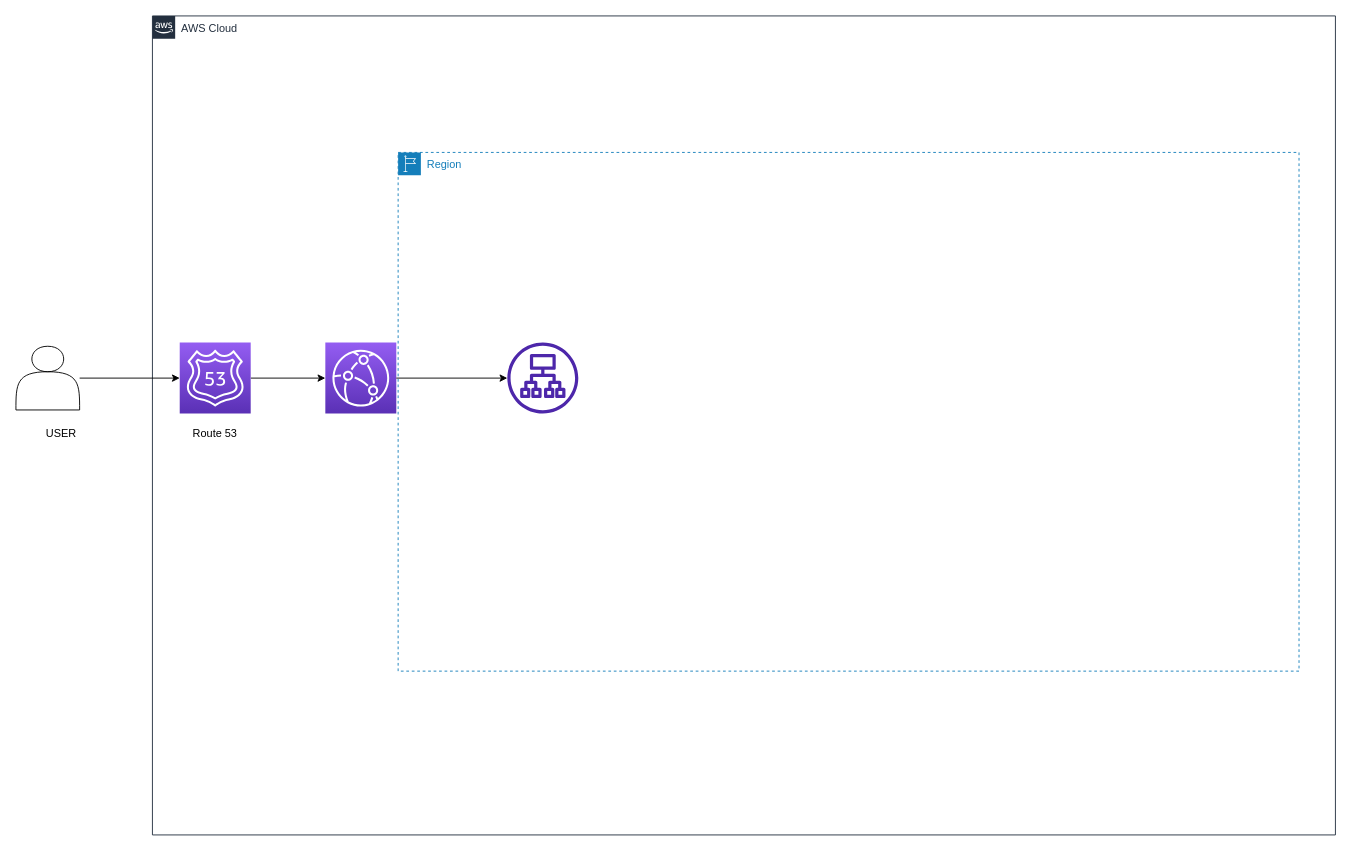
jeon-maker/STUDY_RECORD keeps this draw.io diagram as AWS/AWS_architecture.drawio. Above is the earlier version. Source tidied: cells renumbered, new cells numbered last; positions are measured from the earlier drawing's top-left corner, leaving out a move shared by most shapes. Both pictures are drawn from the tidied source at 91%, with x=0, y=0 at pixel (15, 15).
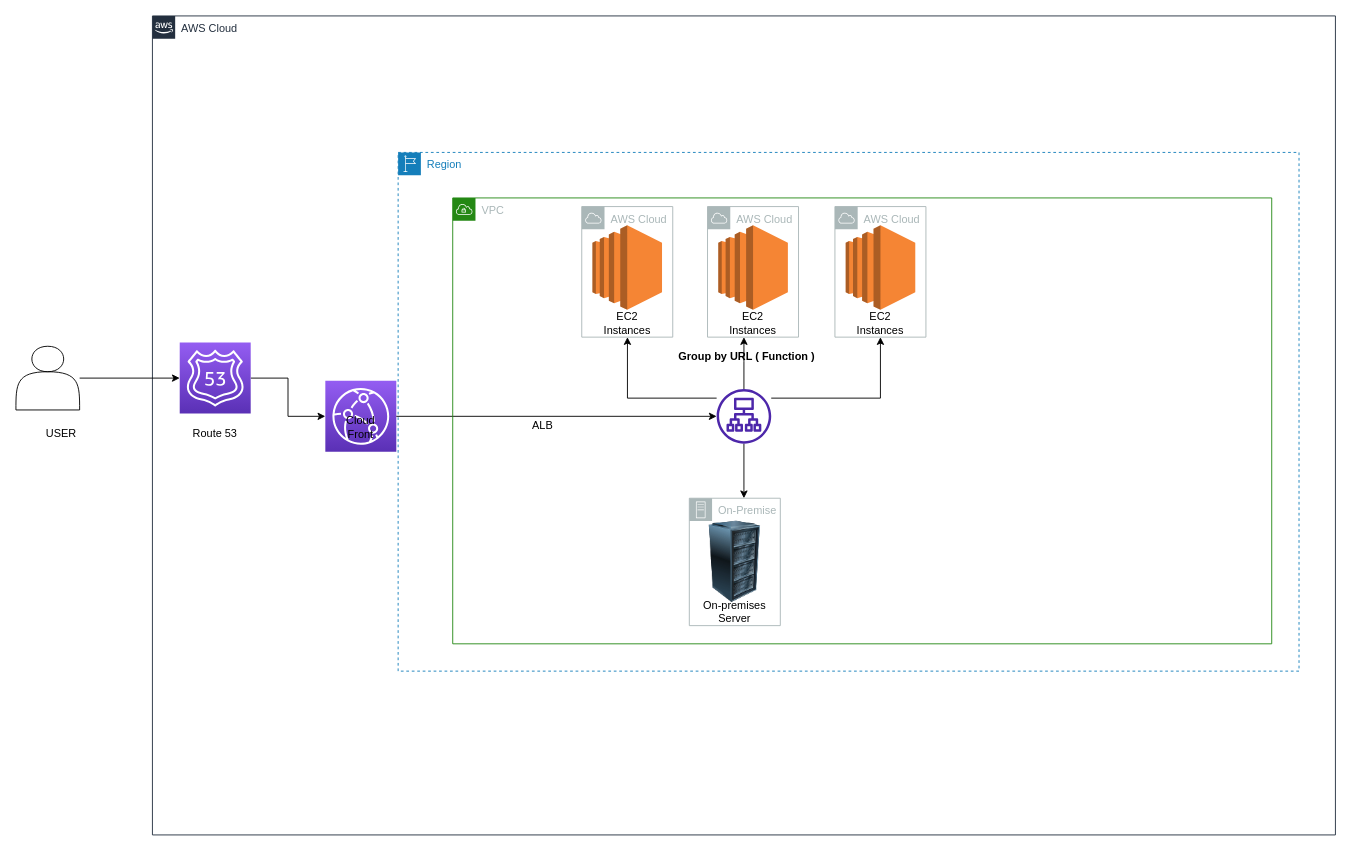
The same page after the edit.

Unchanged cells that the change refers to:
```xml
<mxCell id="2" value="AWS Cloud" style="gradientColor=none;html=1;whiteSpace=wrap;fontSize=12;fontStyle=0;shape=mxgraph.aws4.group;grIcon=mxgraph.aws4.group_aws_cloud_alt;strokeColor=#232F3E;fillColor=none;verticalAlign=top;align=left;spacingLeft=30;fontColor=#232F3E;dashed=0;" parent="1" vertex="1">
  <mxGeometry x="150" width="1300" height="900" as="geometry" />
</mxCell>
<mxCell id="10" value="Region" style="gradientColor=none;html=1;whiteSpace=wrap;fontSize=12;fontStyle=0;shape=mxgraph.aws4.group;grIcon=mxgraph.aws4.group_region;strokeColor=#147EBA;fillColor=none;verticalAlign=top;align=left;spacingLeft=30;fontColor=#147EBA;dashed=1;" parent="1" vertex="1">
  <mxGeometry x="420" y="150" width="990" height="570" as="geometry" />
</mxCell>
```

Change to the diagram source:
```diff
@@
     <mxCell id="6" style="sketch=0;points=[[0,0,0],[0.25,0,0],[0.5,0,0],[0.75,0,0],[1,0,0],[0,1,0],[0.25,1,0],[0.5,1,0],[0.75,1,0],[1,1,0],[0,0.25,0],[0,0.5,0],[0,0.75,0],[1,0.25,0],[1,0.5,0],[1,0.75,0]];outlineConnect=0;fontColor=#232F3E;gradientColor=#945DF2;gradientDirection=north;fillColor=#5A30B5;strokeColor=#ffffff;dashed=0;verticalLabelPosition=bottom;verticalAlign=top;align=center;html=1;fontSize=12;fontStyle=0;shape=mxgraph.aws4.resourceIcon;resIcon=mxgraph.aws4.cloudfront;" parent="2" vertex="1">
-      <mxGeometry x="190" y="359" width="78" height="78" as="geometry" />
+      <mxGeometry x="190" y="401" width="78" height="78" as="geometry" />
     </mxCell>
+    <mxCell id="13" value="Cloud Front" style="text;strokeColor=none;align=center;fillColor=none;html=1;verticalAlign=middle;whiteSpace=wrap;rounded=0;" parent="2" vertex="1">
+      <mxGeometry x="199" y="437" width="60" height="30" as="geometry" />
+    </mxCell>
@@
+    <mxCell id="14" value="ALB" style="text;strokeColor=none;align=center;fillColor=none;html=1;verticalAlign=middle;whiteSpace=wrap;rounded=0;" parent="10" vertex="1">
+      <mxGeometry x="129" y="285" width="60" height="30" as="geometry" />
+    </mxCell>
+    <mxCell id="12" style="edgeStyle=orthogonalEdgeStyle;rounded=0;jettySize=auto;html=1;" parent="1" edge="1" source="6" target="11">
+      <mxGeometry relative="1" as="geometry" />
+    </mxCell>
+    <mxCell id="15" value="VPC" style="gradientColor=none;html=1;whiteSpace=wrap;fontSize=12;fontStyle=0;shape=mxgraph.aws4.group;grIcon=mxgraph.aws4.group_vpc;strokeColor=#248814;fillColor=none;verticalAlign=top;align=left;spacingLeft=30;fontColor=#AAB7B8;dashed=0;" parent="1" vertex="1">
+      <mxGeometry x="480" y="200" width="900" height="490" as="geometry" />
+    </mxCell>
+    <mxCell id="16" style="dashed=0;verticalLabelPosition=bottom;verticalAlign=top;align=center;html=1;shape=mxgraph.aws3.ec2;fillColor=#F58534;gradientColor=none;" parent="15" vertex="1">
+      <mxGeometry x="153.5" y="30" width="76.5" height="93" as="geometry" />
+    </mxCell>
+    <mxCell id="17" value="EC2 Instances" style="text;strokeColor=none;align=center;fillColor=none;html=1;verticalAlign=middle;whiteSpace=wrap;rounded=0;" parent="15" vertex="1">
+      <mxGeometry x="161.8" y="123" width="60" height="30" as="geometry" />
+    </mxCell>
+    <mxCell id="18" value="On-Premise" style="sketch=0;outlineConnect=0;gradientColor=none;html=1;whiteSpace=wrap;fontSize=12;fontStyle=0;shape=mxgraph.aws4.group;grIcon=mxgraph.aws4.group_on_premise;strokeColor=#AAB7B8;fillColor=none;verticalAlign=top;align=left;spacingLeft=30;fontColor=#AAB7B8;dashed=0;" parent="15" vertex="1">
+      <mxGeometry x="260" y="330" width="100" height="140" as="geometry" />
+    </mxCell>
+    <mxCell id="19" style="image;html=1;image=img/lib/clip_art/computers/Server_Rack_128x128.png;" parent="15" vertex="1">
+      <mxGeometry x="265" y="355" width="90" height="90" as="geometry" />
+    </mxCell>
+    <mxCell id="20" value="AWS Cloud" style="sketch=0;outlineConnect=0;gradientColor=none;html=1;whiteSpace=wrap;fontSize=12;fontStyle=0;shape=mxgraph.aws4.group;grIcon=mxgraph.aws4.group_aws_cloud;strokeColor=#AAB7B8;fillColor=none;verticalAlign=top;align=left;spacingLeft=30;fontColor=#AAB7B8;dashed=0;" parent="15" vertex="1">
+      <mxGeometry x="141.8" y="9.5" width="100" height="143.5" as="geometry" />
+    </mxCell>
+    <mxCell id="21" style="edgeStyle=orthogonalEdgeStyle;rounded=0;jettySize=auto;html=1;" parent="15" edge="1" source="11" target="18">
+      <mxGeometry relative="1" as="geometry">
+        <Array as="points">
+          <mxPoint x="320" y="320" />
+          <mxPoint x="320" y="320" />
+        </Array>
+      </mxGeometry>
+    </mxCell>
+    <mxCell id="22" style="edgeStyle=orthogonalEdgeStyle;rounded=0;jettySize=auto;html=1;" parent="15" edge="1" source="11" target="28">
+      <mxGeometry relative="1" as="geometry">
+        <Array as="points">
+          <mxPoint x="320" y="180" />
+          <mxPoint x="320" y="180" />
+        </Array>
+      </mxGeometry>
+    </mxCell>
+    <mxCell id="23" style="edgeStyle=orthogonalEdgeStyle;rounded=0;jettySize=auto;html=1;" parent="15" edge="1" source="11" target="31">
+      <mxGeometry relative="1" as="geometry">
+        <Array as="points">
+          <mxPoint x="470" y="220" />
+        </Array>
+      </mxGeometry>
+    </mxCell>
-    <mxCell id="11" style="sketch=0;outlineConnect=0;fontColor=#232F3E;gradientColor=none;fillColor=#4D27AA;strokeColor=none;dashed=0;verticalLabelPosition=bottom;verticalAlign=top;align=center;html=1;fontSize=12;fontStyle=0;shape=mxgraph.aws4.application_load_balancer;" parent="10" vertex="1">
-      <mxGeometry x="120" y="209" width="78" height="78" as="geometry" />
+    <mxCell id="11" style="sketch=0;outlineConnect=0;fontColor=#232F3E;gradientColor=none;fillColor=#4D27AA;strokeColor=none;dashed=0;verticalLabelPosition=bottom;verticalAlign=top;align=center;html=1;fontSize=12;fontStyle=0;shape=mxgraph.aws4.application_load_balancer;" parent="15" vertex="1">
+      <mxGeometry x="290" y="210" width="60" height="60" as="geometry" />
     </mxCell>
-    <mxCell id="12" style="edgeStyle=orthogonalEdgeStyle;rounded=0;jettySize=auto;html=1;" parent="1" edge="1" source="6" target="11">
-      <mxGeometry relative="1" as="geometry" />
-    </mxCell>
+    <mxCell id="24" style="edgeStyle=orthogonalEdgeStyle;rounded=0;jettySize=auto;html=1;" parent="15" edge="1" source="11" target="20">
+      <mxGeometry relative="1" as="geometry">
+        <Array as="points">
+          <mxPoint x="192" y="220" />
+        </Array>
+      </mxGeometry>
+    </mxCell>
+    <mxCell id="25" value="On-premises Server" style="text;strokeColor=none;align=center;fillColor=none;html=1;verticalAlign=middle;whiteSpace=wrap;rounded=0;" parent="15" vertex="1">
+      <mxGeometry x="260" y="440" width="100" height="30" as="geometry" />
+    </mxCell>
+    <mxCell id="26" style="dashed=0;verticalLabelPosition=bottom;verticalAlign=top;align=center;html=1;shape=mxgraph.aws3.ec2;fillColor=#F58534;gradientColor=none;" parent="15" vertex="1">
+      <mxGeometry x="291.8" y="30" width="76.5" height="93" as="geometry" />
+    </mxCell>
+    <mxCell id="27" value="EC2 Instances" style="text;strokeColor=none;align=center;fillColor=none;html=1;verticalAlign=middle;whiteSpace=wrap;rounded=0;" parent="15" vertex="1">
+      <mxGeometry x="300" y="123" width="60" height="30" as="geometry" />
+    </mxCell>
+    <mxCell id="28" value="AWS Cloud" style="sketch=0;outlineConnect=0;gradientColor=none;html=1;whiteSpace=wrap;fontSize=12;fontStyle=0;shape=mxgraph.aws4.group;grIcon=mxgraph.aws4.group_aws_cloud;strokeColor=#AAB7B8;fillColor=none;verticalAlign=top;align=left;spacingLeft=30;fontColor=#AAB7B8;dashed=0;" parent="15" vertex="1">
+      <mxGeometry x="280" y="9.5" width="100" height="143.5" as="geometry" />
+    </mxCell>
+    <mxCell id="29" style="dashed=0;verticalLabelPosition=bottom;verticalAlign=top;align=center;html=1;shape=mxgraph.aws3.ec2;fillColor=#F58534;gradientColor=none;" parent="15" vertex="1">
+      <mxGeometry x="431.8" y="30" width="76.5" height="93" as="geometry" />
+    </mxCell>
+    <mxCell id="30" value="EC2 Instances" style="text;strokeColor=none;align=center;fillColor=none;html=1;verticalAlign=middle;whiteSpace=wrap;rounded=0;" parent="15" vertex="1">
+      <mxGeometry x="440" y="123" width="60" height="30" as="geometry" />
+    </mxCell>
+    <mxCell id="31" value="AWS Cloud" style="sketch=0;outlineConnect=0;gradientColor=none;html=1;whiteSpace=wrap;fontSize=12;fontStyle=0;shape=mxgraph.aws4.group;grIcon=mxgraph.aws4.group_aws_cloud;strokeColor=#AAB7B8;fillColor=none;verticalAlign=top;align=left;spacingLeft=30;fontColor=#AAB7B8;dashed=0;" parent="15" vertex="1">
+      <mxGeometry x="420" y="9.5" width="100" height="143.5" as="geometry" />
+    </mxCell>
+    <mxCell id="32" value="&lt;b&gt;Group by URL ( Function )&amp;nbsp;&lt;/b&gt;" style="text;strokeColor=none;align=center;fillColor=none;html=1;verticalAlign=middle;whiteSpace=wrap;rounded=0;" parent="15" vertex="1">
+      <mxGeometry x="230" y="160" width="190" height="30" as="geometry" />
+    </mxCell>
```
